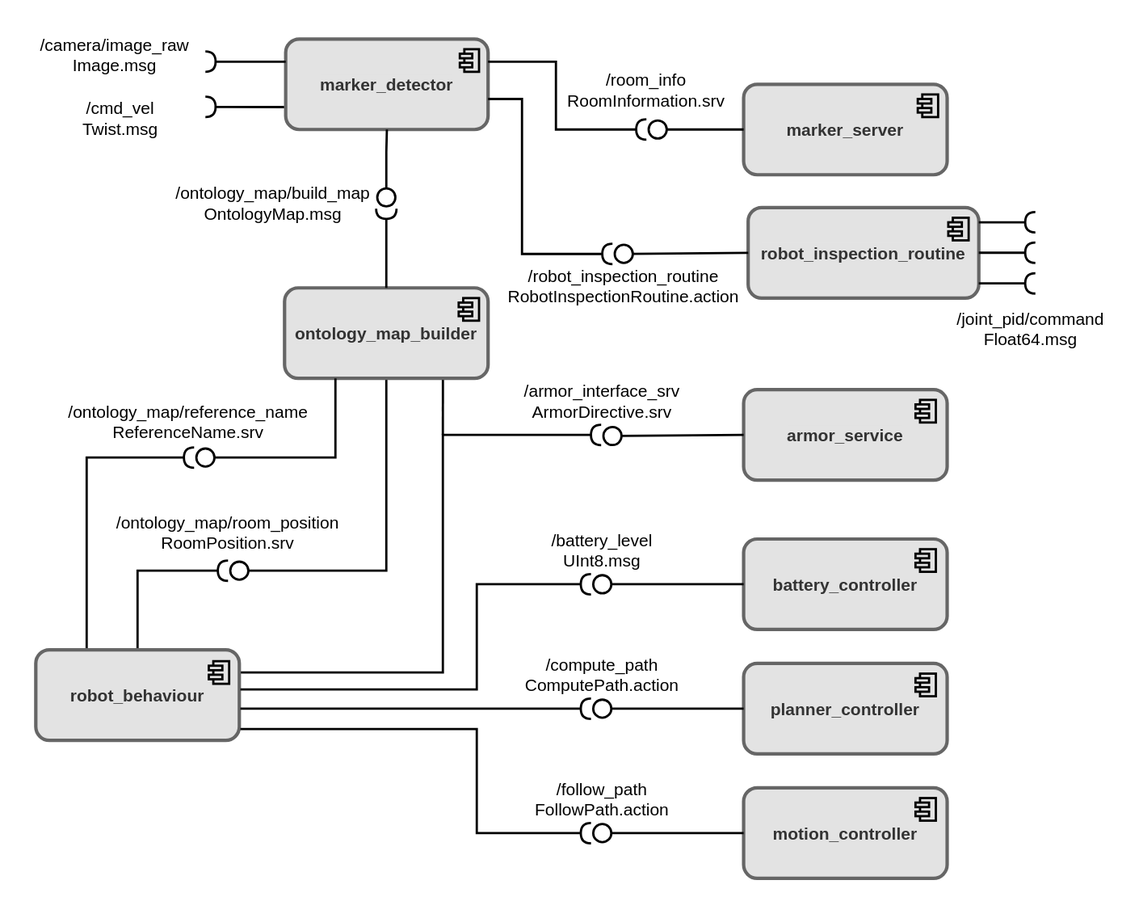
This is images/components_diagram.svg from IlMusu/Exproblab_Assignment_2, a draw.io export, as it was before one commit. Source tidied: cells renumbered, new cells last; positions are measured from the earlier drawing's top-left corner, leaving out a move shared by most shapes.
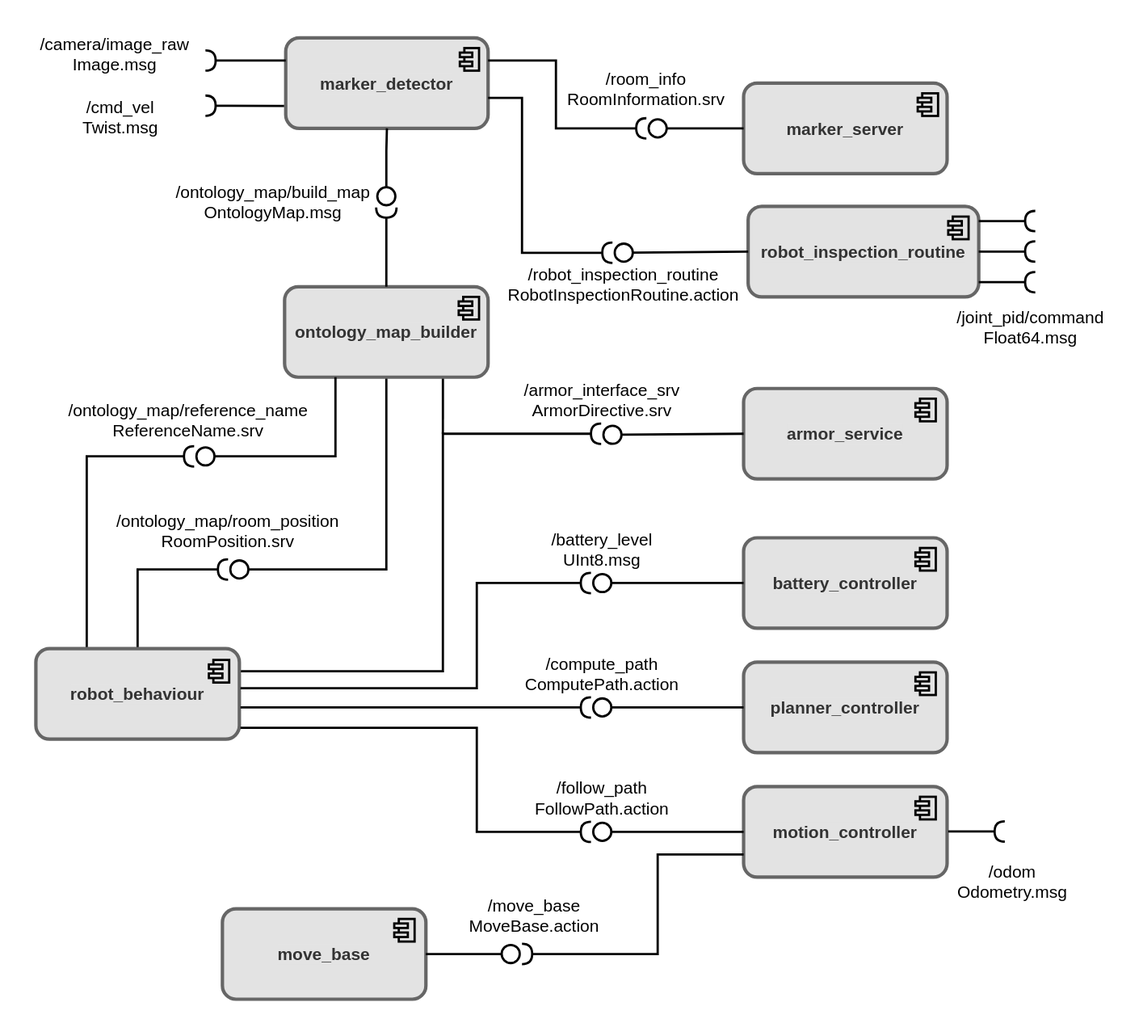
The same file after the commit.

Commit message:
components diagram

What changed in the source:
```diff
@@ -331,5 +331,46 @@
     <mxCell id="73" value="/joint_pid/command&lt;br&gt;Float64.msg" style="text;html=1;align=center;verticalAlign=middle;whiteSpace=wrap;rounded=0;labelBackgroundColor=none;strokeWidth=2;fontSize=15;fontColor=default;fontStyle=0;" parent="1" vertex="1">
       <mxGeometry x="850" y="242" width="60" height="30" as="geometry" />
     </mxCell>
+    <mxCell id="74" value="move_base" style="rounded=1;whiteSpace=wrap;html=1;labelBackgroundColor=#E3E3E3;strokeWidth=3;fontSize=15;fillColor=#E3E3E3;fontColor=#333333;strokeColor=#666666;fontStyle=1;" parent="1" vertex="1">
+      <mxGeometry x="165" y="771" width="180" height="80" as="geometry" />
+    </mxCell>
+    <mxCell id="75" style="rounded=0;whiteSpace=wrap;html=1;labelBackgroundColor=#E3E3E3;strokeWidth=2;fontSize=13;fillColor=#E3E3E3;" parent="1" vertex="1">
+      <mxGeometry x="321" y="780" width="14" height="20" as="geometry" />
+    </mxCell>
+    <mxCell id="76" style="rounded=0;whiteSpace=wrap;html=1;labelBackgroundColor=#E3E3E3;strokeWidth=2;fontSize=13;fillColor=#E3E3E3;" parent="1" vertex="1">
+      <mxGeometry x="317" y="784" width="12" height="4" as="geometry" />
+    </mxCell>
+    <mxCell id="77" style="rounded=0;whiteSpace=wrap;html=1;labelBackgroundColor=#E3E3E3;strokeWidth=2;fontSize=13;fillColor=#E3E3E3;" parent="1" vertex="1">
+      <mxGeometry x="317" y="792" width="12" height="4" as="geometry" />
+    </mxCell>
+    <mxCell id="78" style="endArrow=circle;html=1;rounded=0;strokeWidth=2;fontSize=15;exitX=1;exitY=0.5;exitDx=0;exitDy=0;endFill=0;" parent="1" edge="1" source="74">
+      <mxGeometry relative="1" as="geometry">
+        <mxPoint x="430" y="811" as="targetPoint" />
+      </mxGeometry>
+    </mxCell>
+    <mxCell id="79" style="endArrow=halfCircle;html=1;rounded=0;strokeWidth=2;fontSize=15;endFill=0;exitX=0;exitY=0.75;exitDx=0;exitDy=0;" parent="1" edge="1" source="35">
+      <mxGeometry relative="1" as="geometry">
+        <mxPoint x="430" y="811" as="targetPoint" />
+        <Array as="points">
+          <mxPoint x="550" y="723" />
+          <mxPoint x="550" y="811" />
+        </Array>
+      </mxGeometry>
+    </mxCell>
+    <mxCell id="80" value="/move_base&lt;br&gt;MoveBase.action" style="text;html=1;align=center;verticalAlign=middle;whiteSpace=wrap;rounded=0;labelBackgroundColor=none;strokeWidth=2;fontSize=15;fontColor=default;fontStyle=0;" parent="1" vertex="1">
+      <mxGeometry x="411" y="762" width="60" height="30" as="geometry" />
+    </mxCell>
+    <mxCell id="81" style="endArrow=halfCircle;html=1;rounded=0;strokeWidth=2;fontSize=15;endFill=0;" parent="1" edge="1">
+      <mxGeometry relative="1" as="geometry">
+        <mxPoint x="807" y="702.7" as="sourcePoint" />
+        <mxPoint x="857" y="702.7" as="targetPoint" />
+        <Array as="points">
+          <mxPoint x="827" y="702.7" />
+        </Array>
+      </mxGeometry>
+    </mxCell>
+    <mxCell id="82" value="/odom&lt;br&gt;Odometry.msg" style="text;html=1;align=center;verticalAlign=middle;whiteSpace=wrap;rounded=0;labelBackgroundColor=none;strokeWidth=2;fontSize=15;fontColor=default;fontStyle=0;" parent="1" vertex="1">
+      <mxGeometry x="834" y="732" width="60" height="30" as="geometry" />
+    </mxCell>
   </root>
 </mxGraphModel>
```
